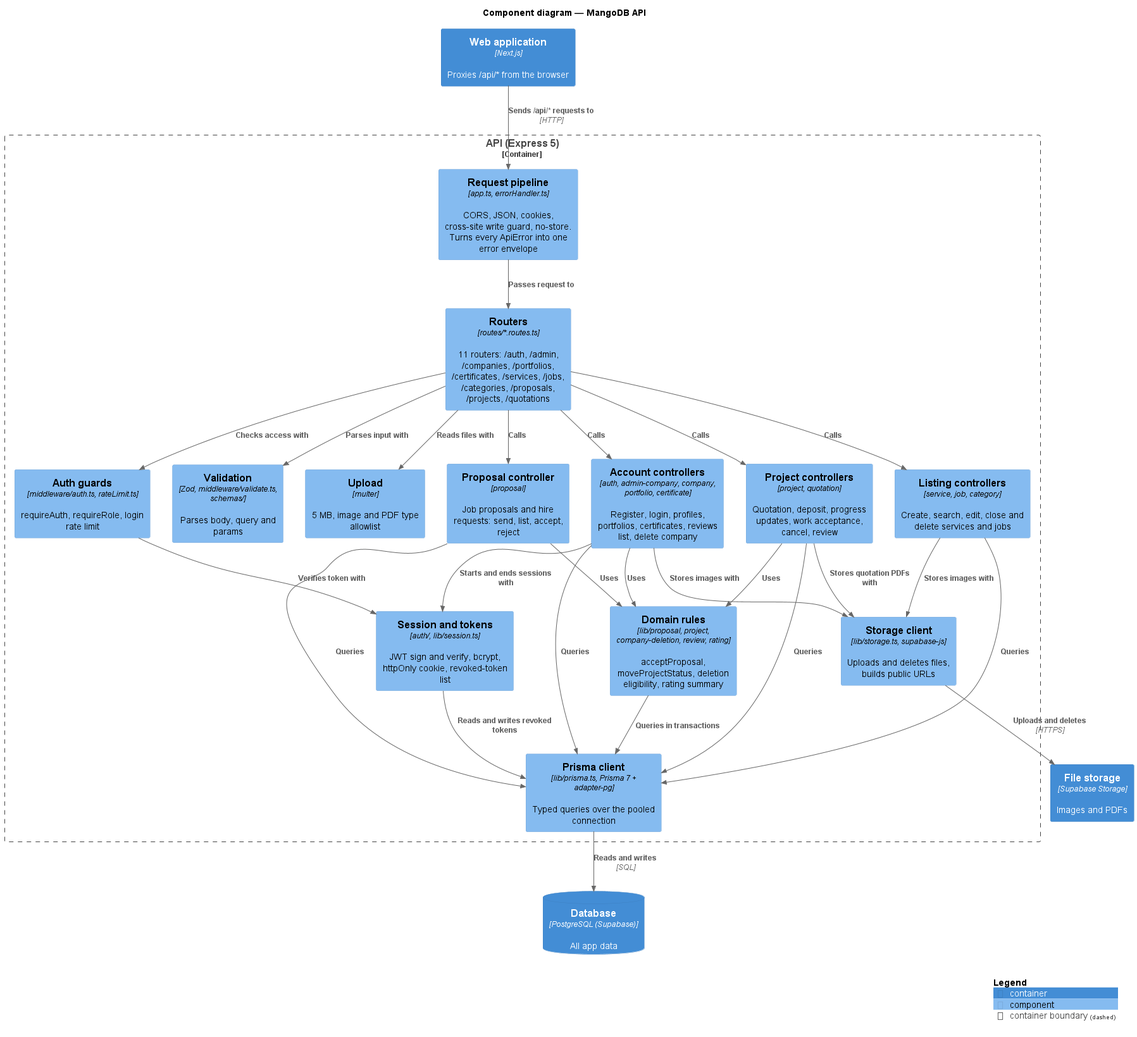
Before: docs/test-plan/c4/component.png, a diagram exported from PlantUML (taofuuu/MangoDB). Source of this version:
```plantuml
@startuml component
!include <C4/C4_Component>

LAYOUT_TOP_DOWN()
HIDE_STEREOTYPE()

title Component diagram — MangoDB API

Container(web, "Web application", "Next.js", "Proxies /api/* from the browser")

Container_Boundary(api, "API (Express 5)") {
    Component(pipeline, "Request pipeline", "app.ts, errorHandler.ts", "CORS, JSON, cookies, cross-site write guard, no-store. Turns every ApiError into one error envelope")
    Component(routers, "Routers", "routes/*.routes.ts", "11 routers: /auth, /admin, /companies, /portfolios, /certificates, /services, /jobs, /categories, /proposals, /projects, /quotations")

    Component(guards, "Auth guards", "middleware/auth.ts, rateLimit.ts", "requireAuth, requireRole, login rate limit")
    Component(validation, "Validation", "Zod, middleware/validate.ts, schemas/", "Parses body, query and params")
    Component(upload, "Upload", "multer", "5 MB, image and PDF type allowlist")

    Component(accounts, "Account controllers", "auth, admin-company, company, portfolio, certificate", "Register, login, profiles, portfolios, certificates, reviews list, delete company")
    Component(listings, "Listing controllers", "service, job, category", "Create, search, edit, close and delete services and jobs")
    Component(proposals, "Proposal controller", "proposal", "Job proposals and hire requests: send, list, accept, reject")
    Component(projects, "Project controllers", "project, quotation", "Quotation, deposit, progress updates, work acceptance, cancel, review")

    Component(authcore, "Session and tokens", "auth/, lib/session.ts", "JWT sign and verify, bcrypt, httpOnly cookie, revoked-token list")
    Component(domain, "Domain rules", "lib/proposal, project, company-deletion, review, rating", "acceptProposal, moveProjectStatus, deletion eligibility, rating summary")
    Component(storageClient, "Storage client", "lib/storage.ts, supabase-js", "Uploads and deletes files, builds public URLs")
    Component(prisma, "Prisma client", "lib/prisma.ts, Prisma 7 + adapter-pg", "Typed queries over the pooled connection")
}

ContainerDb(db, "Database", "PostgreSQL (Supabase)", "All app data")
Container(files, "File storage", "Supabase Storage", "Images and PDFs")

Rel(web, pipeline, "Sends /api/* requests to", "HTTP")
Rel(pipeline, routers, "Passes request to")

Rel(routers, guards, "Checks access with")
Rel(routers, validation, "Parses input with")
Rel(routers, upload, "Reads files with")

Rel(routers, accounts, "Calls")
Rel(routers, listings, "Calls")
Rel(routers, proposals, "Calls")
Rel(routers, projects, "Calls")

Rel(guards, authcore, "Verifies token with")
Rel(accounts, authcore, "Starts and ends sessions with")

Rel(accounts, domain, "Uses")
Rel(proposals, domain, "Uses")
Rel(projects, domain, "Uses")

Rel(accounts, storageClient, "Stores images with")
Rel(listings, storageClient, "Stores images with")
Rel(projects, storageClient, "Stores quotation PDFs with")

Rel(accounts, prisma, "Queries")
Rel(listings, prisma, "Queries")
Rel(proposals, prisma, "Queries")
Rel(projects, prisma, "Queries")
Rel(domain, prisma, "Queries in transactions")
Rel(authcore, prisma, "Reads and writes revoked tokens")

Rel(prisma, db, "Reads and writes", "SQL")
Rel(storageClient, files, "Uploads and deletes", "HTTPS")

SHOW_LEGEND()
@enduml
```
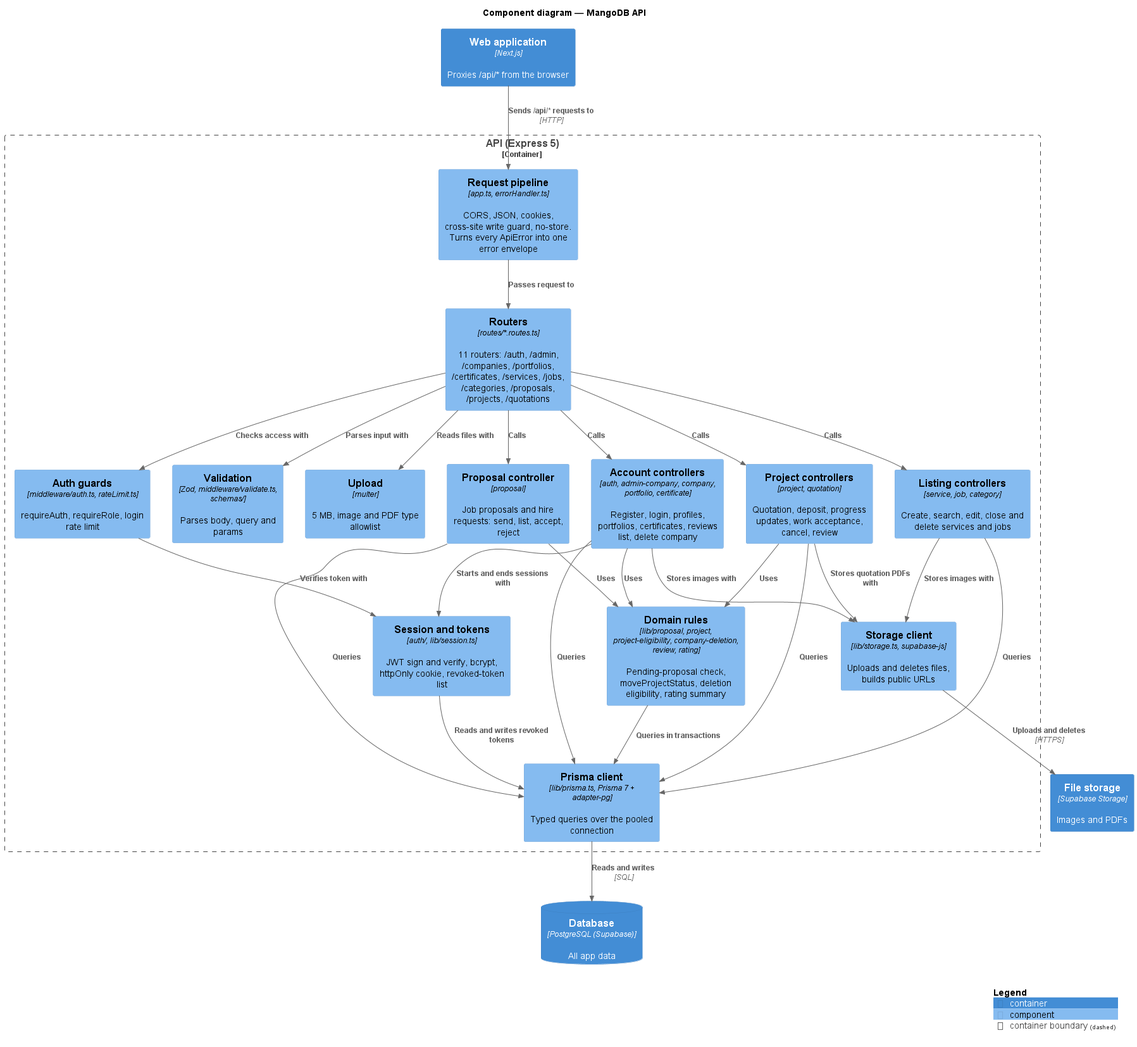
The same file after the commit.

Commit message:
docs: C4 code diagram and project status flow for the API domain rules

Change to the diagram source:
```diff
@@ -22,7 +22,7 @@
     Component(projects, "Project controllers", "project, quotation", "Quotation, deposit, progress updates, work acceptance, cancel, review")
 
     Component(authcore, "Session and tokens", "auth/, lib/session.ts", "JWT sign and verify, bcrypt, httpOnly cookie, revoked-token list")
-    Component(domain, "Domain rules", "lib/proposal, project, company-deletion, review, rating", "acceptProposal, moveProjectStatus, deletion eligibility, rating summary")
+    Component(domain, "Domain rules", "lib/proposal, project, project-eligibility, company-deletion, review, rating", "Pending-proposal check, moveProjectStatus, deletion eligibility, rating summary")
     Component(storageClient, "Storage client", "lib/storage.ts, supabase-js", "Uploads and deletes files, builds public URLs")
     Component(prisma, "Prisma client", "lib/prisma.ts, Prisma 7 + adapter-pg", "Typed queries over the pooled connection")
 }
```
